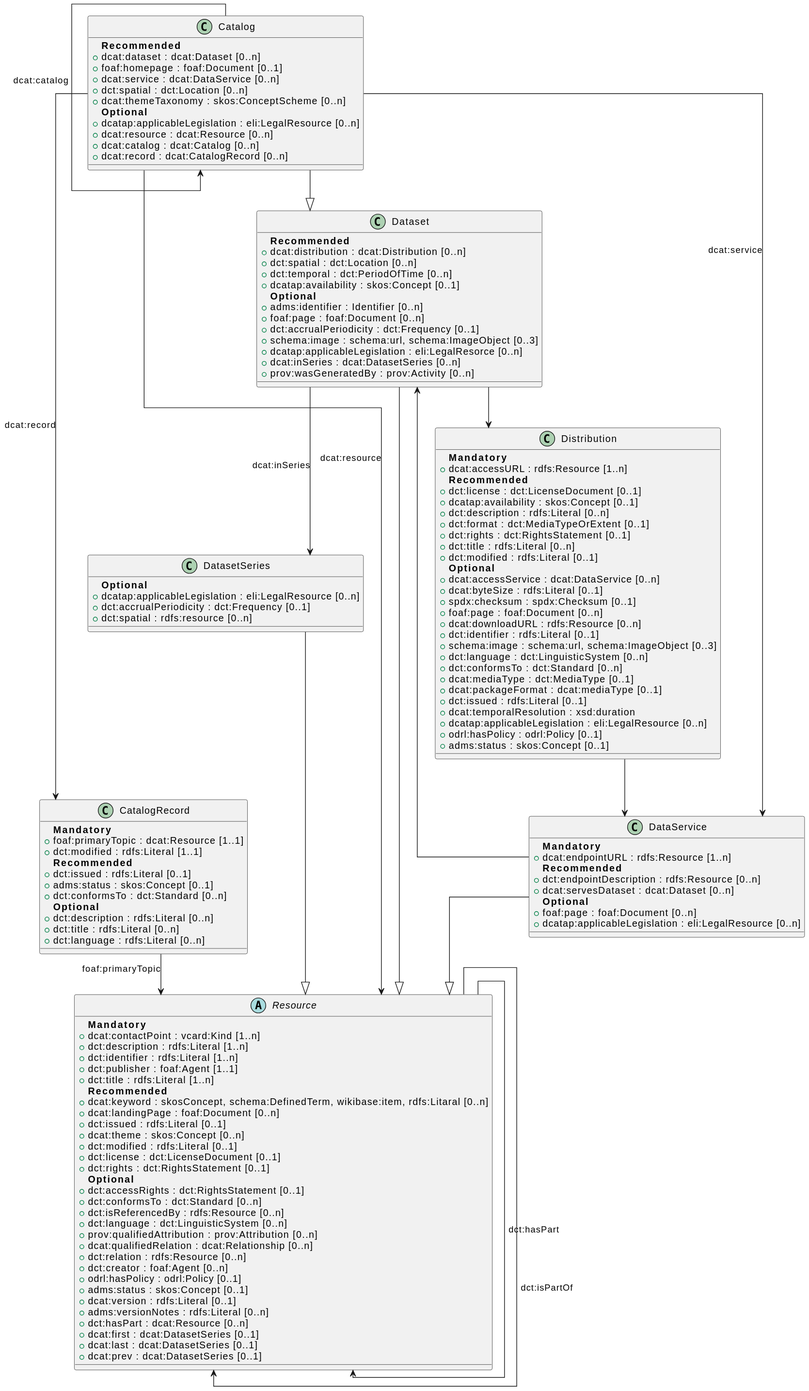
Before: docs/releases/3.0_workingdraft/images/uml_3.0.svg, a diagram exported from PlantUML (opendata-swiss/dcat_ap_ch).
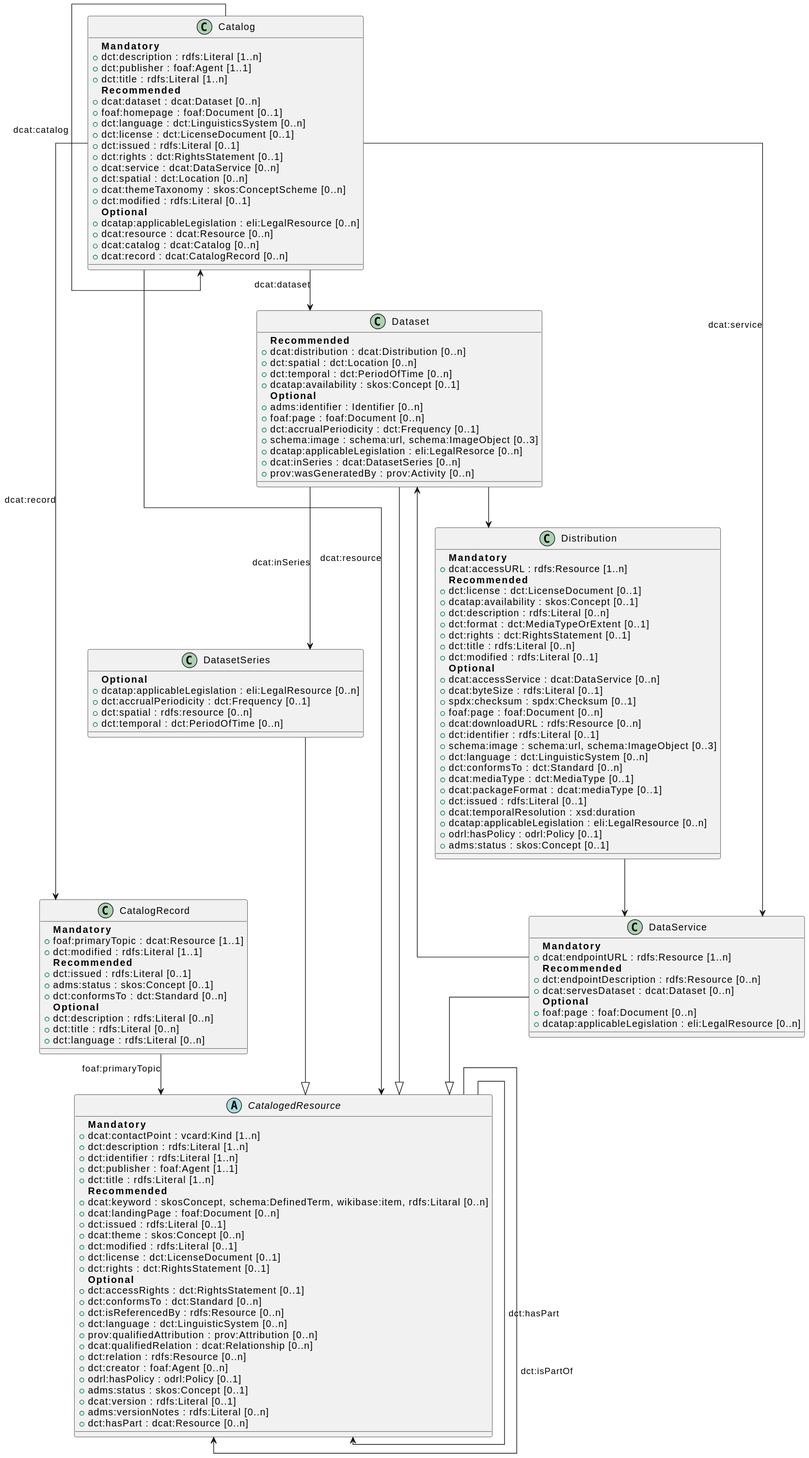
The same diagram one commit later.

Commit message:
add adjusted uml

What changed in the source:
```diff
@@ -3,19 +3,28 @@
 
 
 class Catalog {
+**Mandatory**
+    +dct:description : rdfs:Literal [1..n]
+    +dct:publisher : foaf:Agent [1..1]
+    +dct:title : rdfs:Literal [1..n]
 **Recommended**
     +dcat:dataset : dcat:Dataset [0..n]
     +foaf:homepage : foaf:Document [0..1]
+    +dct:language : dct:LinguisticsSystem [0..n]
+    +dct:license : dct:LicenseDocument [0..1]
+    +dct:issued : rdfs:Literal [0..1]
+    +dct:rights : dct:RightsStatement [0..1]
     +dcat:service : dcat:DataService [0..n]
     +dct:spatial : dct:Location [0..n]
     +dcat:themeTaxonomy : skos:ConceptScheme [0..n]
+    +dct:modified : rdfs:Literal [0..1]
 **Optional**
     +dcatap:applicableLegislation : eli:LegalResource [0..n]
     +dcat:resource : dcat:Resource [0..n]
     +dcat:catalog : dcat:Catalog [0..n]
     +dcat:record : dcat:CatalogRecord [0..n]
 }
-abstract class Resource {
+abstract class CatalogedResource {
 **Mandatory**
     +dcat:contactPoint : vcard:Kind [1..n]
     +dct:description : rdfs:Literal [1..n]
@@ -44,9 +53,6 @@
     +dcat:version : rdfs:Literal [0..1]
     +adms:versionNotes : rdfs:Literal [0..n]
     +dct:hasPart : dcat:Resource [0..n]
-    +dcat:first : dcat:DatasetSeries [0..1]
-    +dcat:last : dcat:DatasetSeries [0..1]
-    +dcat:prev : dcat:DatasetSeries [0..1]
 }
 class CatalogRecord {
 **Mandatory**
@@ -120,21 +126,22 @@
     +dcatap:applicableLegislation : eli:LegalResource [0..n]
     +dct:accrualPeriodicity : dct:Frequency [0..1]
     +dct:spatial : rdfs:resource [0..n]
+    +dct:temporal : dct:PeriodOfTime [0..n]
 }
 
-CatalogRecord-->Resource :foaf:primaryTopic
-Catalog-->Resource :dcat:resource
-Resource-->Resource :dct:hasPart
-Resource-->Resource :dct:isPartOf
+CatalogRecord-->CatalogedResource :foaf:primaryTopic
+Catalog-->CatalogedResource :dcat:resource
+Catalog-->Dataset :dcat:dataset
+CatalogedResource-->CatalogedResource :dct:hasPart
+CatalogedResource-->CatalogedResource :dct:isPartOf
 Catalog-->Catalog :dcat:catalog
 Dataset-->DatasetSeries :dcat:inSeries
-Catalog--|>Dataset
 Dataset-->Distribution
 Distribution-->DataService
 DataService-->Dataset
 Catalog-->DataService :dcat:service
 Catalog-->CatalogRecord :dcat:record
-DatasetSeries--|>Resource
-DataService--|>Resource
-Dataset--|>Resource
+DatasetSeries--|>CatalogedResource
+DataService--|>CatalogedResource
+Dataset--|>CatalogedResource
 @enduml
```
